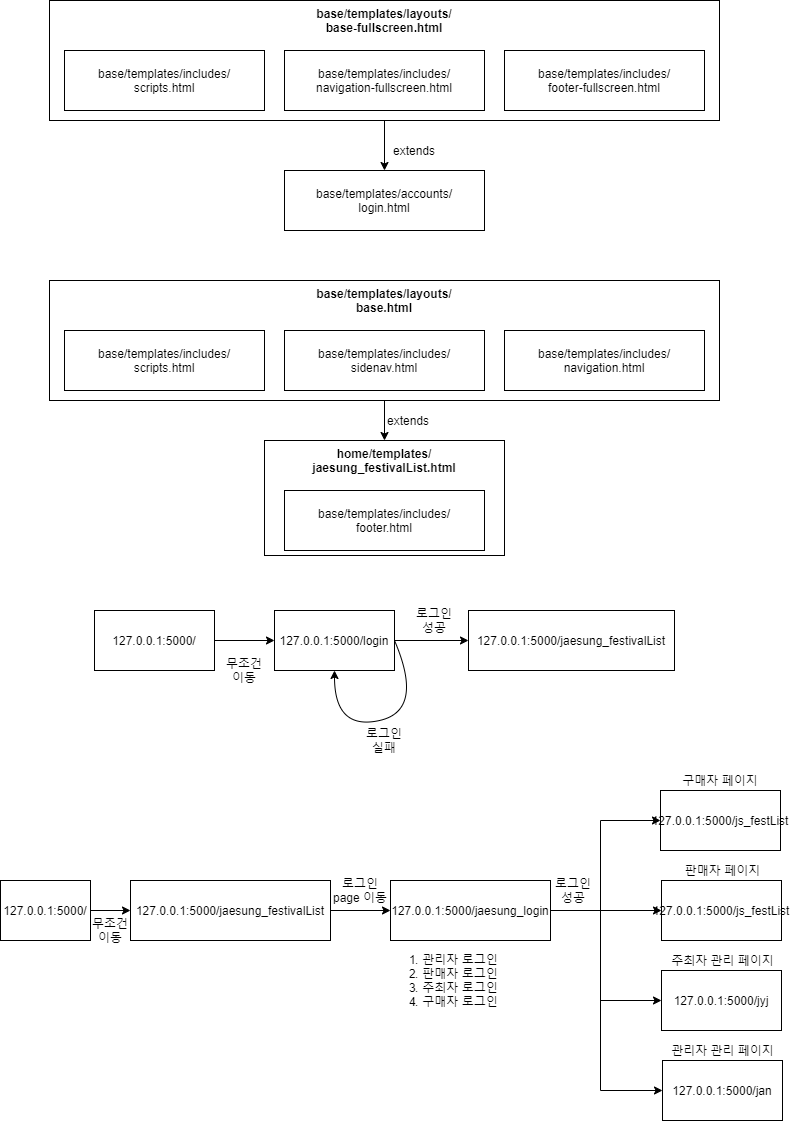
Before: flask_argon.png, a diagram exported from draw.io (jslee6091/POS_webserver). Source tidied: cells renumbered, new cells last; positions are measured from the earlier drawing's top-left corner, leaving out a move shared by most shapes.
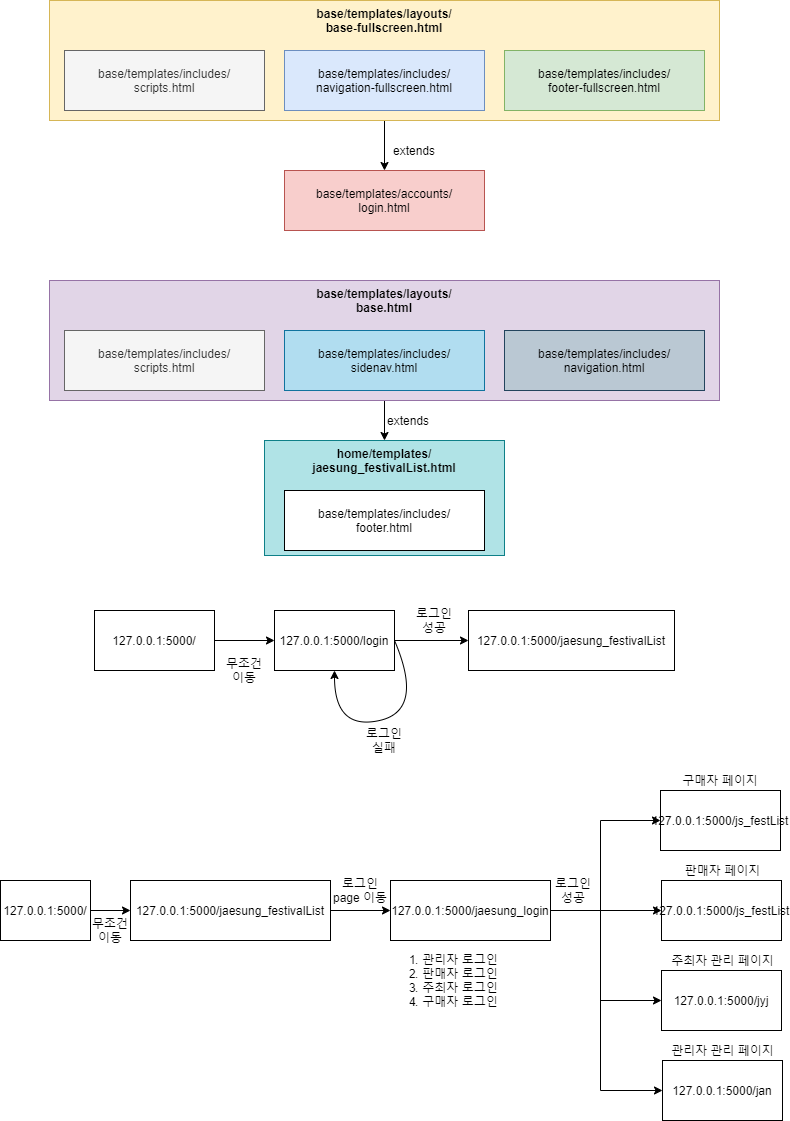
After the commit.

What changed in the source:
```diff
@@ -2,46 +2,46 @@
   <root>
     <mxCell id="0" />
     <mxCell id="1" parent="0" />
-    <mxCell id="2" value="base/templates/accounts/&lt;br&gt;login.html" style="rounded=0;whiteSpace=wrap;html=1;" parent="1" vertex="1">
+    <mxCell id="2" value="base/templates/accounts/&lt;br&gt;login.html" style="rounded=0;whiteSpace=wrap;html=1;fillColor=#f8cecc;strokeColor=#b85450;" parent="1" vertex="1">
       <mxGeometry x="284" y="170" width="200" height="60" as="geometry" />
     </mxCell>
     <mxCell id="3" style="edgeStyle=orthogonalEdgeStyle;rounded=0;jettySize=auto;html=1;entryX=0.5;entryY=0;entryDx=0;entryDy=0;" parent="1" edge="1" source="4" target="2">
       <mxGeometry relative="1" as="geometry" />
     </mxCell>
-    <mxCell id="4" value="&lt;b&gt;base/templates/layouts/&lt;br&gt;&lt;/b&gt;&lt;div&gt;&lt;span&gt;&lt;b&gt;base-fullscreen.html&lt;/b&gt;&lt;/span&gt;&lt;/div&gt;" style="rounded=0;whiteSpace=wrap;html=1;verticalAlign=top;" parent="1" vertex="1">
+    <mxCell id="4" value="&lt;b&gt;base/templates/layouts/&lt;br&gt;&lt;/b&gt;&lt;div&gt;&lt;span&gt;&lt;b&gt;base-fullscreen.html&lt;/b&gt;&lt;/span&gt;&lt;/div&gt;" style="rounded=0;whiteSpace=wrap;html=1;verticalAlign=top;fillColor=#fff2cc;strokeColor=#d6b656;" parent="1" vertex="1">
       <mxGeometry x="49" width="670" height="120" as="geometry" />
     </mxCell>
     <mxCell id="5" value="extends" style="text;html=1;strokeColor=none;fillColor=none;align=center;verticalAlign=middle;whiteSpace=wrap;rounded=0;" parent="1" vertex="1">
       <mxGeometry x="394" y="140" width="40" height="20" as="geometry" />
     </mxCell>
-    <mxCell id="6" value="base/templates/includes/&lt;br&gt;&lt;div&gt;&lt;span&gt;navigation-fullscreen.html&lt;/span&gt;&lt;/div&gt;" style="rounded=0;whiteSpace=wrap;html=1;" parent="1" vertex="1">
+    <mxCell id="6" value="base/templates/includes/&lt;br&gt;&lt;div&gt;&lt;span&gt;navigation-fullscreen.html&lt;/span&gt;&lt;/div&gt;" style="rounded=0;whiteSpace=wrap;html=1;fillColor=#dae8fc;strokeColor=#6c8ebf;" parent="1" vertex="1">
       <mxGeometry x="284" y="50" width="200" height="60" as="geometry" />
     </mxCell>
-    <mxCell id="7" value="base/templates/includes/&lt;br&gt;&lt;div&gt;&lt;span&gt;footer-fullscreen.html&lt;/span&gt;&lt;/div&gt;" style="rounded=0;whiteSpace=wrap;html=1;" parent="1" vertex="1">
+    <mxCell id="7" value="base/templates/includes/&lt;br&gt;&lt;div&gt;&lt;span&gt;footer-fullscreen.html&lt;/span&gt;&lt;/div&gt;" style="rounded=0;whiteSpace=wrap;html=1;fillColor=#d5e8d4;strokeColor=#82b366;" parent="1" vertex="1">
       <mxGeometry x="504" y="50" width="200" height="60" as="geometry" />
     </mxCell>
-    <mxCell id="8" value="base/templates/includes/&lt;br&gt;&lt;div&gt;&lt;span&gt;scripts.html&lt;/span&gt;&lt;/div&gt;" style="rounded=0;whiteSpace=wrap;html=1;" parent="1" vertex="1">
+    <mxCell id="8" value="base/templates/includes/&lt;br&gt;&lt;div&gt;&lt;span&gt;scripts.html&lt;/span&gt;&lt;/div&gt;" style="rounded=0;whiteSpace=wrap;html=1;fillColor=#f5f5f5;strokeColor=#666666;fontColor=#333333;" parent="1" vertex="1">
       <mxGeometry x="64" y="50" width="200" height="60" as="geometry" />
     </mxCell>
-    <mxCell id="9" value="&lt;b&gt;home/templates/&lt;br&gt;jaesung_festivalList.html&lt;/b&gt;" style="rounded=0;whiteSpace=wrap;html=1;verticalAlign=top;" parent="1" vertex="1">
+    <mxCell id="9" value="&lt;b&gt;home/templates/&lt;br&gt;jaesung_festivalList.html&lt;/b&gt;" style="rounded=0;whiteSpace=wrap;html=1;verticalAlign=top;fillColor=#b0e3e6;strokeColor=#0e8088;" parent="1" vertex="1">
       <mxGeometry x="264" y="440" width="240" height="115" as="geometry" />
     </mxCell>
     <mxCell id="10" style="edgeStyle=orthogonalEdgeStyle;rounded=0;jettySize=auto;html=1;" parent="1" edge="1" source="11" target="9">
       <mxGeometry relative="1" as="geometry" />
     </mxCell>
-    <mxCell id="11" value="&lt;b&gt;base/templates/layouts/&lt;br&gt;base.html&lt;/b&gt;" style="rounded=0;whiteSpace=wrap;html=1;verticalAlign=top;" parent="1" vertex="1">
+    <mxCell id="11" value="&lt;b&gt;base/templates/layouts/&lt;br&gt;base.html&lt;/b&gt;" style="rounded=0;whiteSpace=wrap;html=1;verticalAlign=top;fillColor=#e1d5e7;strokeColor=#9673a6;" parent="1" vertex="1">
       <mxGeometry x="49" y="280" width="670" height="120" as="geometry" />
     </mxCell>
     <mxCell id="12" value="extends" style="text;html=1;strokeColor=none;fillColor=none;align=center;verticalAlign=middle;whiteSpace=wrap;rounded=0;" parent="1" vertex="1">
       <mxGeometry x="388" y="410" width="40" height="20" as="geometry" />
     </mxCell>
-    <mxCell id="13" value="base/templates/includes/&lt;br&gt;&lt;div&gt;&lt;span&gt;scripts.html&lt;/span&gt;&lt;/div&gt;" style="rounded=0;whiteSpace=wrap;html=1;" parent="1" vertex="1">
+    <mxCell id="13" value="base/templates/includes/&lt;br&gt;&lt;div&gt;&lt;span&gt;scripts.html&lt;/span&gt;&lt;/div&gt;" style="rounded=0;whiteSpace=wrap;html=1;fillColor=#f5f5f5;strokeColor=#666666;fontColor=#333333;" parent="1" vertex="1">
       <mxGeometry x="64" y="330" width="200" height="60" as="geometry" />
     </mxCell>
-    <mxCell id="14" value="base/templates/includes/&lt;br&gt;&lt;div&gt;&lt;span&gt;sidenav.html&lt;/span&gt;&lt;/div&gt;" style="rounded=0;whiteSpace=wrap;html=1;" parent="1" vertex="1">
+    <mxCell id="14" value="base/templates/includes/&lt;br&gt;&lt;div&gt;&lt;span&gt;sidenav.html&lt;/span&gt;&lt;/div&gt;" style="rounded=0;whiteSpace=wrap;html=1;fillColor=#b1ddf0;strokeColor=#10739e;" parent="1" vertex="1">
       <mxGeometry x="284" y="330" width="200" height="60" as="geometry" />
     </mxCell>
-    <mxCell id="15" value="base/templates/includes/&lt;br&gt;&lt;div&gt;&lt;span&gt;navigation.html&lt;/span&gt;&lt;/div&gt;" style="rounded=0;whiteSpace=wrap;html=1;" parent="1" vertex="1">
+    <mxCell id="15" value="base/templates/includes/&lt;br&gt;&lt;div&gt;&lt;span&gt;navigation.html&lt;/span&gt;&lt;/div&gt;" style="rounded=0;whiteSpace=wrap;html=1;fillColor=#bac8d3;strokeColor=#23445d;" parent="1" vertex="1">
       <mxGeometry x="504" y="330" width="200" height="60" as="geometry" />
     </mxCell>
     <mxCell id="16" value="base/templates/includes/&lt;br&gt;&lt;div&gt;&lt;span&gt;footer.html&lt;/span&gt;&lt;/div&gt;" style="rounded=0;whiteSpace=wrap;html=1;" parent="1" vertex="1">
```
